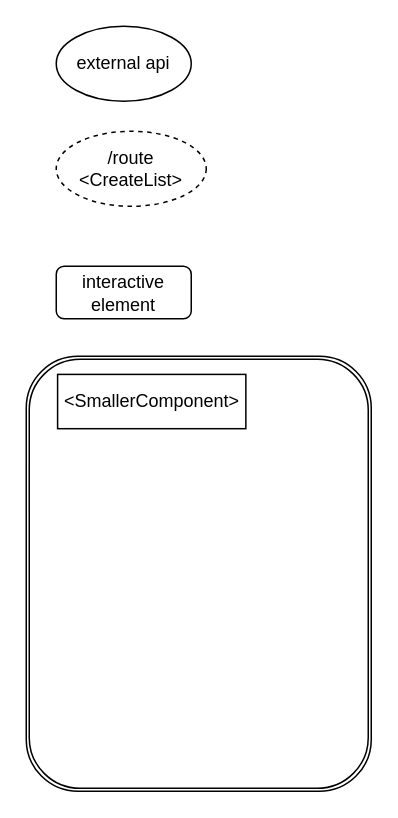
Above: planning/FEDiagrams/key.drawio in kostasx/geopoints (draw.io), before the change. Source tidied: cells renumbered, new cells numbered last; positions are measured from the earlier drawing's top-left corner, leaving out a move shared by most shapes. Both pictures are drawn from the tidied source at 150%, with x=0, y=0 at pixel (26, 26).
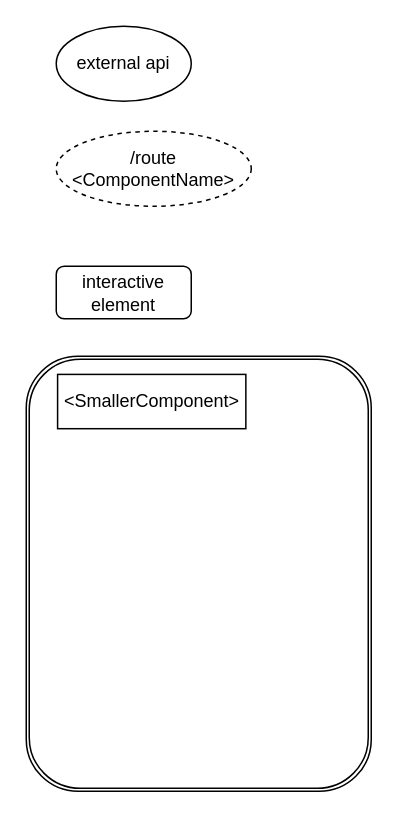
Above is the later version.

What changed in the source:
```diff
@@
 <mxGraphModel>
   <root>
     <mxCell id="0" />
     <mxCell id="1" parent="0" />
-    <mxCell id="2" value="/route&lt;br&gt;&amp;lt;CreateList&amp;gt;" style="ellipse;whiteSpace=wrap;html=1;dashed=1;" parent="1" vertex="1">
-      <mxGeometry x="20" y="70" width="100" height="50" as="geometry" />
+    <mxCell id="2" value="/route&lt;br&gt;&amp;lt;ComponentName&amp;gt;" style="ellipse;whiteSpace=wrap;html=1;dashed=1;" parent="1" vertex="1">
+      <mxGeometry x="20" y="70" width="130" height="50" as="geometry" />
     </mxCell>
     <mxCell id="3" value="interactive element" style="rounded=1;whiteSpace=wrap;html=1;" parent="1" vertex="1">
       <mxGeometry x="20" y="160" width="90" height="35" as="geometry" />
     </mxCell>
     <mxCell id="4" value="external api" style="ellipse;whiteSpace=wrap;html=1;" parent="1" vertex="1">
       <mxGeometry x="20" width="90" height="50" as="geometry" />
     </mxCell>
     <mxCell id="5" style="group;" parent="1" vertex="1">
       <mxGeometry y="220" width="230" height="290" as="geometry" />
     </mxCell>
     <mxCell id="6" style="shape=ext;double=1;rounded=1;whiteSpace=wrap;html=1;" parent="5" vertex="1">
       <mxGeometry width="230" height="290" as="geometry" />
     </mxCell>
     <mxCell id="7" value="&amp;lt;SmallerComponent&amp;gt;" style="rounded=0;whiteSpace=wrap;html=1;" parent="5" vertex="1">
       <mxGeometry x="20.9" y="12.1" width="125.5" height="36.2" as="geometry" />
     </mxCell>
   </root>
 </mxGraphModel>
```
